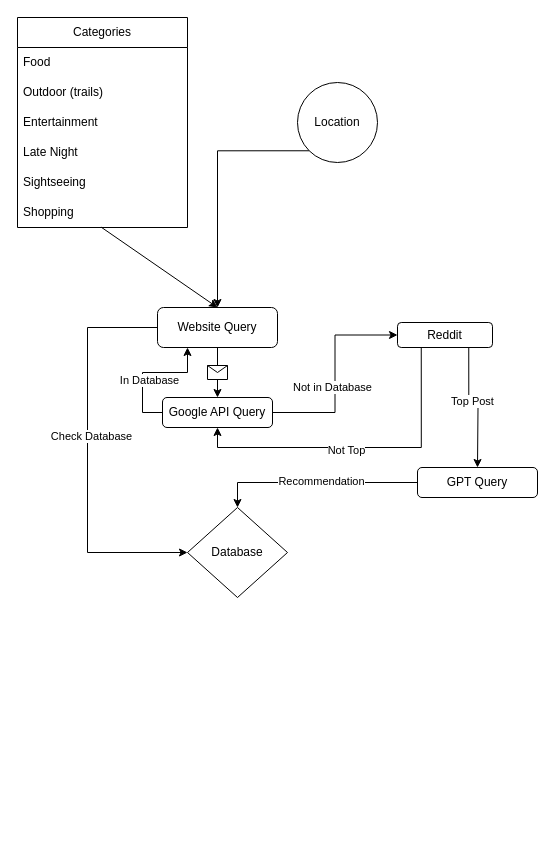
lzardy/RedditTravel-KnightHacks2023 keeps this draw.io diagram as Untitled Diagram.drawio. Above is the earlier version. Source tidied: cells renumbered, new cells numbered last; positions are measured from the earlier drawing's top-left corner, leaving out a move shared by most shapes. Both pictures are drawn from the tidied source at 100%, with x=0, y=0 at pixel (17, 17).
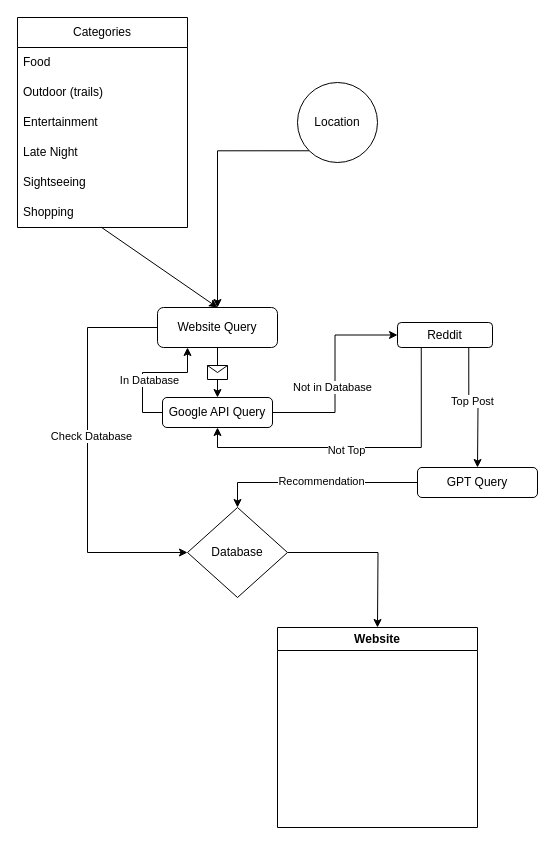
The same diagram, later.

Unchanged cells that the change refers to:
```xml
<mxCell id="28" value="Database" style="rhombus;whiteSpace=wrap;html=1;" parent="1" vertex="1">
  <mxGeometry x="170" y="490" width="100" height="90" as="geometry" />
</mxCell>
```

What changed in the source:
```diff
@@
+    <mxCell id="31" style="edgeStyle=orthogonalEdgeStyle;rounded=0;jettySize=auto;html=1;exitX=1;exitY=0.5;exitDx=0;exitDy=0;" parent="1" edge="1" source="28">
+      <mxGeometry relative="1" as="geometry">
+        <mxPoint x="360" y="610" as="targetPoint" />
+      </mxGeometry>
+    </mxCell>
@@
+    <mxCell id="32" value="Website" style="swimlane;whiteSpace=wrap;html=1;" parent="1" vertex="1">
+      <mxGeometry x="260" y="610" width="200" height="200" as="geometry" />
+    </mxCell>
```
